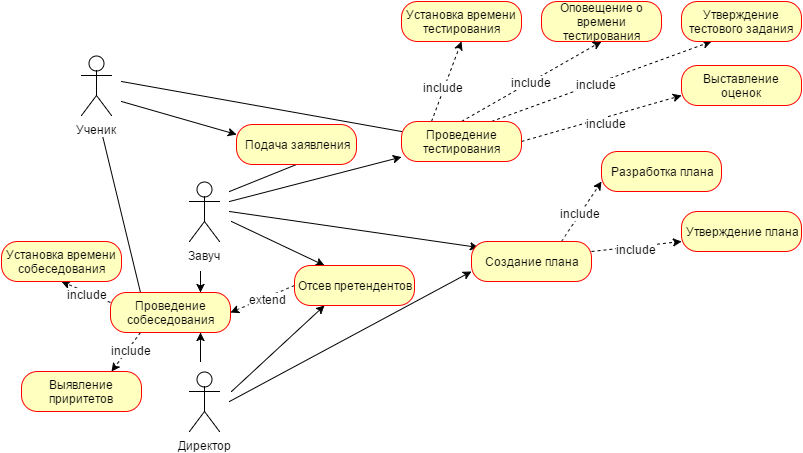
Before: docs/UseCases.png, a diagram exported from draw.io (Dmitriyev/softwareArc). Source tidied: cells renumbered, new cells last; positions are measured from the earlier drawing's top-left corner, leaving out a move shared by most shapes.
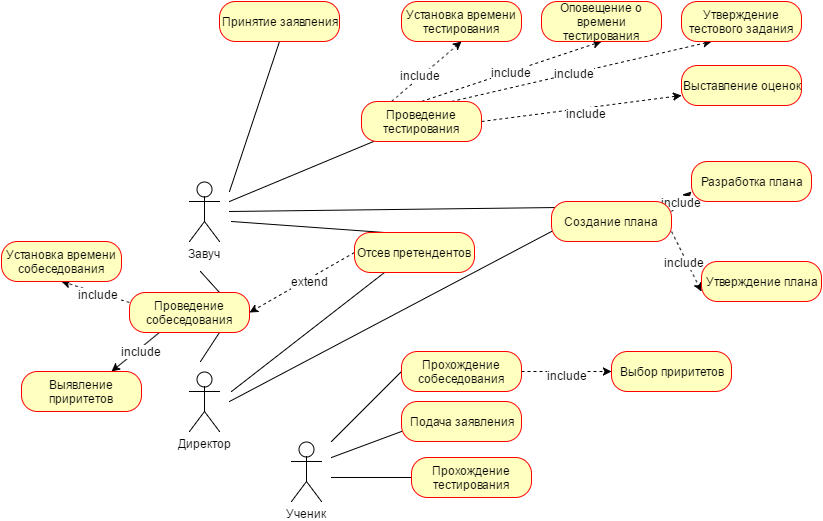
The same diagram one commit later.

The edit, as a diff of the source:
```diff
@@ -2,45 +2,30 @@
   <root>
     <mxCell id="0" />
     <mxCell id="1" parent="0" />
-    <mxCell id="2" style="edgeStyle=none;rounded=0;html=1;entryX=0;entryY=0.25;endArrow=none;endFill=0;jettySize=auto;" parent="1" edge="1" target="26">
-      <mxGeometry relative="1" as="geometry">
-        <mxPoint x="120" y="80" as="sourcePoint" />
-      </mxGeometry>
-    </mxCell>
-    <mxCell id="3" style="edgeStyle=none;rounded=0;html=1;entryX=0;entryY=0.25;endArrow=classic;endFill=1;jettySize=auto;" parent="1" edge="1" target="16">
-      <mxGeometry relative="1" as="geometry">
-        <mxPoint x="120" y="100" as="sourcePoint" />
-      </mxGeometry>
-    </mxCell>
-    <mxCell id="4" style="edgeStyle=none;rounded=0;html=1;entryX=0.25;entryY=0;shadow=0;endArrow=none;endFill=0;jettySize=auto;" parent="1" edge="1" target="38">
-      <mxGeometry relative="1" as="geometry">
-        <mxPoint x="100" y="130" as="sourcePoint" />
-      </mxGeometry>
-    </mxCell>
     <mxCell id="5" value="&lt;span&gt;Ученик&lt;/span&gt;" style="shape=umlActor;verticalLabelPosition=bottom;labelBackgroundColor=#ffffff;verticalAlign=top;html=1;" parent="1" vertex="1">
-      <mxGeometry x="80" y="54" width="30" height="60" as="geometry" />
+      <mxGeometry x="290" y="440" width="30" height="60" as="geometry" />
     </mxCell>
     <mxCell id="6" style="rounded=0;html=1;entryX=0.5;entryY=1;jettySize=auto;endArrow=none;endFill=0;" parent="1" edge="1" target="16">
       <mxGeometry relative="1" as="geometry">
         <mxPoint x="228" y="190" as="sourcePoint" />
       </mxGeometry>
     </mxCell>
-    <mxCell id="7" style="edgeStyle=none;rounded=0;html=1;endArrow=classic;endFill=1;jettySize=auto;" parent="1" edge="1" target="26">
+    <mxCell id="7" style="edgeStyle=none;rounded=0;html=1;endArrow=none;endFill=0;jettySize=auto;" parent="1" edge="1" target="26">
       <mxGeometry relative="1" as="geometry">
         <mxPoint x="228" y="200" as="sourcePoint" />
       </mxGeometry>
     </mxCell>
-    <mxCell id="8" style="edgeStyle=none;rounded=0;html=1;entryX=0.058;entryY=0.15;shadow=0;endArrow=classic;endFill=1;jettySize=auto;entryPerimeter=0;" parent="1" edge="1" target="33">
+    <mxCell id="8" style="edgeStyle=none;rounded=0;html=1;entryX=0.058;entryY=0.15;shadow=0;endArrow=none;endFill=0;jettySize=auto;entryPerimeter=0;" parent="1" edge="1" target="33">
       <mxGeometry relative="1" as="geometry">
         <mxPoint x="228" y="210" as="sourcePoint" />
       </mxGeometry>
     </mxCell>
-    <mxCell id="9" style="edgeStyle=none;rounded=0;html=1;shadow=0;endArrow=classic;endFill=1;jettySize=auto;entryX=0.75;entryY=0;" parent="1" edge="1" target="38">
+    <mxCell id="9" style="edgeStyle=none;rounded=0;html=1;shadow=0;endArrow=none;endFill=0;jettySize=auto;entryX=0.75;entryY=0;" parent="1" edge="1" target="38">
       <mxGeometry relative="1" as="geometry">
         <mxPoint x="199" y="270" as="sourcePoint" />
       </mxGeometry>
     </mxCell>
-    <mxCell id="10" style="edgeStyle=none;rounded=0;html=1;entryX=0.25;entryY=0;shadow=0;endArrow=classic;endFill=1;jettySize=auto;" parent="1" edge="1" target="41">
+    <mxCell id="10" style="edgeStyle=none;rounded=0;html=1;entryX=0.25;entryY=0;shadow=0;endArrow=none;endFill=0;jettySize=auto;" parent="1" edge="1" target="41">
       <mxGeometry relative="1" as="geometry">
         <mxPoint x="230" y="220" as="sourcePoint" />
       </mxGeometry>
@@ -48,17 +33,17 @@
     <mxCell id="11" value="Завуч" style="shape=umlActor;verticalLabelPosition=bottom;labelBackgroundColor=#ffffff;verticalAlign=top;html=1;" parent="1" vertex="1">
       <mxGeometry x="188" y="180" width="30" height="60" as="geometry" />
     </mxCell>
-    <mxCell id="12" style="edgeStyle=none;rounded=0;html=1;entryX=0;entryY=0.75;shadow=0;endArrow=classic;endFill=1;jettySize=auto;" parent="1" edge="1" target="33">
+    <mxCell id="12" style="edgeStyle=none;rounded=0;html=1;entryX=0;entryY=0.75;shadow=0;endArrow=none;endFill=0;jettySize=auto;" parent="1" edge="1" target="33">
       <mxGeometry relative="1" as="geometry">
         <mxPoint x="228" y="400" as="sourcePoint" />
       </mxGeometry>
     </mxCell>
-    <mxCell id="13" style="edgeStyle=none;rounded=0;html=1;entryX=0.75;entryY=1;shadow=0;endArrow=classic;endFill=1;jettySize=auto;" parent="1" edge="1" target="38">
+    <mxCell id="13" style="edgeStyle=none;rounded=0;html=1;entryX=0.75;entryY=1;shadow=0;endArrow=none;endFill=0;jettySize=auto;" parent="1" edge="1" target="38">
       <mxGeometry relative="1" as="geometry">
         <mxPoint x="199" y="360" as="sourcePoint" />
       </mxGeometry>
     </mxCell>
-    <mxCell id="14" style="edgeStyle=none;rounded=0;html=1;entryX=0.25;entryY=1;shadow=0;endArrow=classic;endFill=1;jettySize=auto;" parent="1" edge="1" target="41">
+    <mxCell id="14" style="edgeStyle=none;rounded=0;html=1;entryX=0.25;entryY=1;shadow=0;endArrow=none;endFill=0;jettySize=auto;" parent="1" edge="1" target="41">
       <mxGeometry relative="1" as="geometry">
         <mxPoint x="230" y="390" as="sourcePoint" />
       </mxGeometry>
@@ -66,8 +51,8 @@
     <mxCell id="15" value="Директор" style="shape=umlActor;verticalLabelPosition=bottom;labelBackgroundColor=#ffffff;verticalAlign=top;html=1;" parent="1" vertex="1">
       <mxGeometry x="188" y="370" width="30" height="60" as="geometry" />
     </mxCell>
-    <mxCell id="16" value="Подача заявления" style="rounded=1;whiteSpace=wrap;html=1;arcSize=40;fillColor=#ffffc0;strokeColor=#ff0000;" parent="1" vertex="1">
-      <mxGeometry x="235" y="123" width="120" height="40" as="geometry" />
+    <mxCell id="16" value="Принятие заявления" style="rounded=1;whiteSpace=wrap;html=1;arcSize=40;fillColor=#ffffc0;strokeColor=#ff0000;" parent="1" vertex="1">
+      <mxGeometry x="218" width="120" height="40" as="geometry" />
     </mxCell>
     <mxCell id="17" value="Установка времени тестирования" style="rounded=1;whiteSpace=wrap;html=1;arcSize=40;fillColor=#ffffc0;strokeColor=#ff0000;" parent="1" vertex="1">
       <mxGeometry x="400" width="120" height="40" as="geometry" />
@@ -97,7 +82,7 @@
       <mxGeometry x="0.04" y="-5" relative="1" as="geometry" />
     </mxCell>
     <mxCell id="26" value="Проведение тестирования" style="rounded=1;whiteSpace=wrap;html=1;arcSize=40;fillColor=#ffffc0;strokeColor=#ff0000;" parent="1" vertex="1">
-      <mxGeometry x="400" y="120" width="120" height="40" as="geometry" />
+      <mxGeometry x="360" y="100" width="120" height="40" as="geometry" />
     </mxCell>
     <mxCell id="27" value="Выставление оценок" style="rounded=1;whiteSpace=wrap;html=1;arcSize=40;fillColor=#ffffc0;strokeColor=#ff0000;" parent="1" vertex="1">
       <mxGeometry x="680" y="64" width="120" height="40" as="geometry" />
@@ -105,7 +90,7 @@
     <mxCell id="28" value="Утверждение тестового задания" style="rounded=1;whiteSpace=wrap;html=1;arcSize=40;fillColor=#ffffc0;strokeColor=#ff0000;" parent="1" vertex="1">
       <mxGeometry x="680" width="120" height="40" as="geometry" />
     </mxCell>
-    <mxCell id="29" style="edgeStyle=none;rounded=0;html=1;exitX=0.75;exitY=0;entryX=0;entryY=0.75;shadow=0;endArrow=classic;endFill=1;jettySize=auto;dashed=1;" parent="1" edge="1" source="33" target="43">
+    <mxCell id="29" style="edgeStyle=none;rounded=0;html=1;exitX=1;exitY=0.25;entryX=0;entryY=0.75;shadow=0;endArrow=classic;endFill=1;jettySize=auto;dashed=1;" parent="1" edge="1" source="33" target="43">
       <mxGeometry relative="1" as="geometry" />
     </mxCell>
     <mxCell id="30" value="&lt;span&gt;include&lt;/span&gt;" style="text;html=1;align=center;verticalAlign=middle;labelBackgroundColor=#ffffff;" parent="29" vertex="1">
@@ -113,14 +98,14 @@
         <mxPoint x="1" as="offset" />
       </mxGeometry>
     </mxCell>
-    <mxCell id="31" style="edgeStyle=none;rounded=0;html=1;exitX=1;exitY=0.25;entryX=0;entryY=0.75;shadow=0;endArrow=classic;endFill=1;jettySize=auto;dashed=1;" parent="1" edge="1" source="33" target="44">
+    <mxCell id="31" style="edgeStyle=none;rounded=0;html=1;exitX=1;exitY=0.75;entryX=0;entryY=0.75;shadow=0;endArrow=classic;endFill=1;jettySize=auto;dashed=1;" parent="1" edge="1" source="33" target="44">
       <mxGeometry relative="1" as="geometry" />
     </mxCell>
     <mxCell id="32" value="&lt;span&gt;include&lt;/span&gt;" style="text;html=1;align=center;verticalAlign=middle;labelBackgroundColor=#ffffff;" parent="31" vertex="1">
       <mxGeometry y="-2" relative="1" as="geometry" />
     </mxCell>
     <mxCell id="33" value="&lt;span&gt;Создание плана&lt;/span&gt;" style="rounded=1;whiteSpace=wrap;html=1;arcSize=40;fillColor=#ffffc0;strokeColor=#ff0000;" parent="1" vertex="1">
-      <mxGeometry x="470" y="240" width="120" height="40" as="geometry" />
+      <mxGeometry x="550" y="200" width="120" height="40" as="geometry" />
     </mxCell>
     <mxCell id="34" style="edgeStyle=none;rounded=0;html=1;exitX=0.25;exitY=1;entryX=0.75;entryY=0;shadow=0;dashed=1;endArrow=classic;endFill=1;jettySize=auto;" parent="1" edge="1" source="38" target="45">
       <mxGeometry relative="1" as="geometry" />
@@ -135,7 +120,7 @@
       <mxGeometry x="-0.07" y="1" relative="1" as="geometry" />
     </mxCell>
     <mxCell id="38" value="Проведение собеседования" style="rounded=1;whiteSpace=wrap;html=1;arcSize=40;fillColor=#ffffc0;strokeColor=#ff0000;" parent="1" vertex="1">
-      <mxGeometry x="109" y="291" width="120" height="40" as="geometry" />
+      <mxGeometry x="128" y="291" width="120" height="40" as="geometry" />
     </mxCell>
     <mxCell id="39" style="edgeStyle=none;rounded=0;html=1;exitX=0;exitY=0.5;entryX=1;entryY=0.5;shadow=0;dashed=1;endArrow=classic;endFill=1;jettySize=auto;" parent="1" edge="1" source="41" target="38">
       <mxGeometry relative="1" as="geometry" />
@@ -144,16 +129,16 @@
       <mxGeometry x="-0.13" y="2" relative="1" as="geometry" />
     </mxCell>
     <mxCell id="41" value="Отсев претендентов" style="rounded=1;whiteSpace=wrap;html=1;arcSize=40;fillColor=#ffffc0;strokeColor=#ff0000;" parent="1" vertex="1">
-      <mxGeometry x="293" y="264" width="120" height="40" as="geometry" />
+      <mxGeometry x="353" y="231" width="120" height="40" as="geometry" />
     </mxCell>
     <mxCell id="42" value="Оповещение о времени тестирования" style="rounded=1;whiteSpace=wrap;html=1;arcSize=40;fillColor=#ffffc0;strokeColor=#ff0000;" parent="1" vertex="1">
       <mxGeometry x="540" width="120" height="40" as="geometry" />
     </mxCell>
     <mxCell id="43" value="Разработка плана" style="rounded=1;whiteSpace=wrap;html=1;arcSize=40;fillColor=#ffffc0;strokeColor=#ff0000;" parent="1" vertex="1">
-      <mxGeometry x="600" y="150" width="120" height="40" as="geometry" />
+      <mxGeometry x="690" y="160" width="120" height="40" as="geometry" />
     </mxCell>
     <mxCell id="44" value="Утверждение плана" style="rounded=1;whiteSpace=wrap;html=1;arcSize=40;fillColor=#ffffc0;strokeColor=#ff0000;" parent="1" vertex="1">
-      <mxGeometry x="680" y="210" width="120" height="40" as="geometry" />
+      <mxGeometry x="700" y="260" width="120" height="40" as="geometry" />
     </mxCell>
     <mxCell id="45" value="Выявление приритетов" style="rounded=1;whiteSpace=wrap;html=1;arcSize=40;fillColor=#ffffc0;strokeColor=#ff0000;" parent="1" vertex="1">
       <mxGeometry x="20" y="370" width="120" height="40" as="geometry" />
@@ -161,5 +146,38 @@
     <mxCell id="46" value="Установка времени собеседования" style="rounded=1;whiteSpace=wrap;html=1;arcSize=40;fillColor=#ffffc0;strokeColor=#ff0000;" parent="1" vertex="1">
       <mxGeometry y="240" width="120" height="40" as="geometry" />
     </mxCell>
+    <mxCell id="47" style="rounded=0;html=1;exitX=0;exitY=0.75;shadow=0;endArrow=none;endFill=0;jettySize=auto;" parent="1" edge="1" source="48">
+      <mxGeometry relative="1" as="geometry">
+        <mxPoint x="330" y="456" as="targetPoint" />
+      </mxGeometry>
+    </mxCell>
+    <mxCell id="48" value="Подача заявления" style="rounded=1;whiteSpace=wrap;html=1;arcSize=40;fillColor=#ffffc0;strokeColor=#ff0000;" parent="1" vertex="1">
+      <mxGeometry x="400" y="400" width="120" height="40" as="geometry" />
+    </mxCell>
+    <mxCell id="49" style="edgeStyle=none;rounded=0;html=1;exitX=0;exitY=0.5;shadow=0;endArrow=none;endFill=0;jettySize=auto;" parent="1" edge="1" source="50">
+      <mxGeometry relative="1" as="geometry">
+        <mxPoint x="330" y="476" as="targetPoint" />
+      </mxGeometry>
+    </mxCell>
+    <mxCell id="50" value="Прохождение тестирования" style="rounded=1;whiteSpace=wrap;html=1;arcSize=40;fillColor=#ffffc0;strokeColor=#ff0000;" parent="1" vertex="1">
+      <mxGeometry x="410" y="456" width="120" height="40" as="geometry" />
+    </mxCell>
+    <mxCell id="51" style="edgeStyle=none;rounded=0;html=1;exitX=0;exitY=0.5;shadow=0;endArrow=none;endFill=0;jettySize=auto;" parent="1" edge="1" source="54">
+      <mxGeometry relative="1" as="geometry">
+        <mxPoint x="330" y="440" as="targetPoint" />
+      </mxGeometry>
+    </mxCell>
+    <mxCell id="52" style="edgeStyle=none;rounded=0;html=1;exitX=1;exitY=0.5;entryX=0;entryY=0.5;shadow=0;endArrow=classic;endFill=1;jettySize=auto;dashed=1;" parent="1" edge="1" source="54" target="55">
+      <mxGeometry relative="1" as="geometry" />
+    </mxCell>
+    <mxCell id="53" value="&lt;span&gt;include&lt;/span&gt;" style="text;html=1;align=center;verticalAlign=middle;labelBackgroundColor=#ffffff;" parent="52" vertex="1">
+      <mxGeometry y="-3" relative="1" as="geometry" />
+    </mxCell>
+    <mxCell id="54" value="Прохождение собеседования" style="rounded=1;whiteSpace=wrap;html=1;arcSize=40;fillColor=#ffffc0;strokeColor=#ff0000;" parent="1" vertex="1">
+      <mxGeometry x="400" y="350" width="120" height="40" as="geometry" />
+    </mxCell>
+    <mxCell id="55" value="Выбор приритетов" style="rounded=1;whiteSpace=wrap;html=1;arcSize=40;fillColor=#ffffc0;strokeColor=#ff0000;" parent="1" vertex="1">
+      <mxGeometry x="610" y="350" width="120" height="40" as="geometry" />
+    </mxCell>
   </root>
 </mxGraphModel>
```
